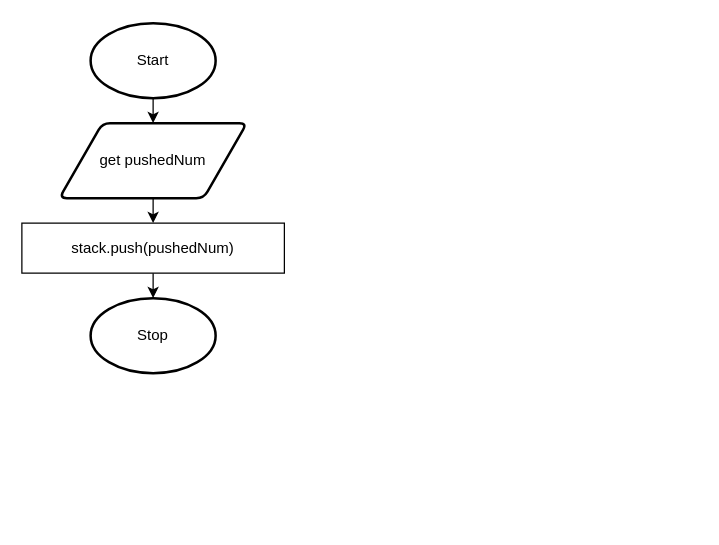
Aidan-Lalonde-Novales/ics4u-unit2-03-typescript keeps this draw.io diagram as drawio/peekStack.drawio. Above is the earlier version. Source tidied: cells renumbered, new cells numbered last; positions are measured from the earlier drawing's top-left corner, leaving out a move shared by most shapes. Both pictures are drawn from the tidied source at 125%, with x=0, y=0 at pixel (21, 22).
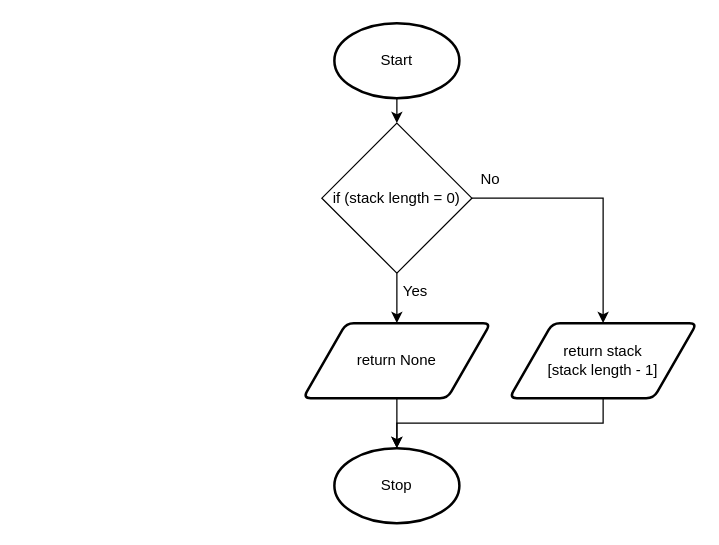
The same page after the edit.

Diff of the diagram source:
```diff
@@
 <mxGraphModel>
   <root>
     <mxCell id="0" />
     <mxCell id="1" parent="0" />
+    <mxCell id="9" style="edgeStyle=none;html=1;exitX=0.5;exitY=1;exitDx=0;exitDy=0;exitPerimeter=0;entryX=0.5;entryY=0;entryDx=0;entryDy=0;" parent="1" edge="1" source="2" target="14">
+      <mxGeometry relative="1" as="geometry" />
+    </mxCell>
     <mxCell id="2" value="Start" style="strokeWidth=2;html=1;shape=mxgraph.flowchart.start_1;whiteSpace=wrap;" parent="1" vertex="1">
-      <mxGeometry x="55" width="100" height="60" as="geometry" />
+      <mxGeometry x="250" width="100" height="60" as="geometry" />
     </mxCell>
-    <mxCell id="3" style="edgeStyle=none;html=1;exitX=0.5;exitY=1;exitDx=0;exitDy=0;entryX=0.5;entryY=0;entryDx=0;entryDy=0;" parent="1" edge="1" source="4" target="7">
-      <mxGeometry relative="1" as="geometry" />
-    </mxCell>
-    <mxCell id="4" value="get pushedNum" style="shape=parallelogram;html=1;strokeWidth=2;perimeter=parallelogramPerimeter;whiteSpace=wrap;rounded=1;arcSize=12;size=0.23;" parent="1" vertex="1">
-      <mxGeometry x="30" y="80" width="150" height="60" as="geometry" />
-    </mxCell>
     <mxCell id="5" value="Stop" style="strokeWidth=2;html=1;shape=mxgraph.flowchart.start_1;whiteSpace=wrap;" parent="1" vertex="1">
-      <mxGeometry x="55" y="220" width="100" height="60" as="geometry" />
+      <mxGeometry x="250" y="340" width="100" height="60" as="geometry" />
     </mxCell>
-    <mxCell id="6" style="edgeStyle=none;html=1;exitX=0.5;exitY=1;exitDx=0;exitDy=0;entryX=0.5;entryY=0;entryDx=0;entryDy=0;entryPerimeter=0;" parent="1" edge="1" source="7" target="5">
-      <mxGeometry relative="1" as="geometry" />
-    </mxCell>
-    <mxCell id="7" value="stack.push(pushedNum)" style="rounded=0;whiteSpace=wrap;html=1;" parent="1" vertex="1">
-      <mxGeometry y="160" width="210" height="40" as="geometry" />
-    </mxCell>
-    <mxCell id="8" style="edgeStyle=none;html=1;exitX=0.5;exitY=1;exitDx=0;exitDy=0;entryX=0.5;entryY=0;entryDx=0;entryDy=0;" parent="1" edge="1" target="4">
-      <mxGeometry relative="1" as="geometry">
-        <mxPoint x="105" y="60" as="sourcePoint" />
-      </mxGeometry>
-    </mxCell>
+    <mxCell id="10" style="edgeStyle=none;rounded=0;html=1;exitX=0.5;exitY=1;exitDx=0;exitDy=0;entryX=0.5;entryY=0;entryDx=0;entryDy=0;entryPerimeter=0;" parent="1" edge="1" source="11" target="5">
+      <mxGeometry relative="1" as="geometry">
+        <Array as="points">
+          <mxPoint x="465" y="320" />
+          <mxPoint x="300" y="320" />
+        </Array>
+      </mxGeometry>
+    </mxCell>
+    <mxCell id="11" value="return stack&lt;br&gt;[stack length - 1]" style="shape=parallelogram;html=1;strokeWidth=2;perimeter=parallelogramPerimeter;whiteSpace=wrap;rounded=1;arcSize=12;size=0.23;" parent="1" vertex="1">
+      <mxGeometry x="390" y="240" width="150" height="60" as="geometry" />
+    </mxCell>
+    <mxCell id="12" style="edgeStyle=none;html=1;exitX=1;exitY=0.5;exitDx=0;exitDy=0;entryX=0.5;entryY=0;entryDx=0;entryDy=0;rounded=0;" parent="1" edge="1" source="14" target="11">
+      <mxGeometry relative="1" as="geometry">
+        <Array as="points">
+          <mxPoint x="465" y="140" />
+        </Array>
+      </mxGeometry>
+    </mxCell>
+    <mxCell id="13" style="edgeStyle=none;html=1;exitX=0.5;exitY=1;exitDx=0;exitDy=0;entryX=0.5;entryY=0;entryDx=0;entryDy=0;" parent="1" edge="1" source="14" target="18">
+      <mxGeometry relative="1" as="geometry" />
+    </mxCell>
+    <mxCell id="14" value="if (stack length = 0)" style="rhombus;whiteSpace=wrap;html=1;" parent="1" vertex="1">
+      <mxGeometry x="240" y="80" width="120" height="120" as="geometry" />
+    </mxCell>
+    <mxCell id="15" value="No" style="text;html=1;strokeColor=none;fillColor=none;align=center;verticalAlign=middle;whiteSpace=wrap;rounded=0;" parent="1" vertex="1">
+      <mxGeometry x="360" y="110" width="30" height="30" as="geometry" />
+    </mxCell>
+    <mxCell id="16" value="Yes" style="text;html=1;strokeColor=none;fillColor=none;align=center;verticalAlign=middle;whiteSpace=wrap;rounded=0;" parent="1" vertex="1">
+      <mxGeometry x="300" y="200" width="30" height="30" as="geometry" />
+    </mxCell>
+    <mxCell id="17" style="edgeStyle=none;rounded=0;html=1;exitX=0.5;exitY=1;exitDx=0;exitDy=0;entryX=0.5;entryY=0;entryDx=0;entryDy=0;entryPerimeter=0;" parent="1" edge="1" source="18" target="5">
+      <mxGeometry relative="1" as="geometry" />
+    </mxCell>
+    <mxCell id="18" value="return None" style="shape=parallelogram;html=1;strokeWidth=2;perimeter=parallelogramPerimeter;whiteSpace=wrap;rounded=1;arcSize=12;size=0.23;" parent="1" vertex="1">
+      <mxGeometry x="225" y="240" width="150" height="60" as="geometry" />
+    </mxCell>
   </root>
 </mxGraphModel>
```
